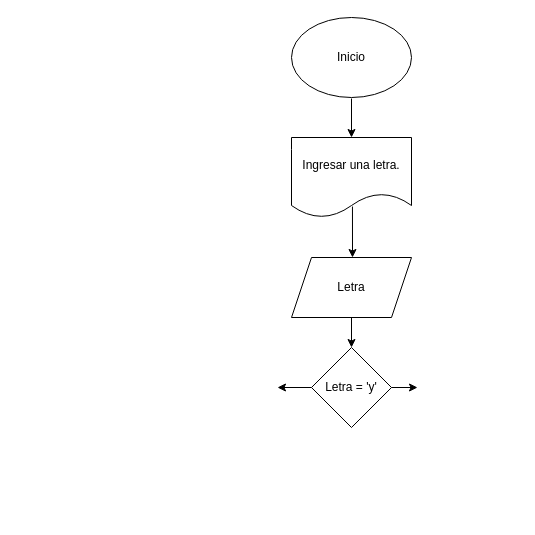
Before: Diagrama sin título.drawio in alejandrorestrepoj/DiagramaFlujo, a draw.io diagram. Source tidied: cells renumbered, new cells numbered last; positions are measured from the earlier drawing's top-left corner, leaving out a move shared by most shapes. Both pictures are drawn from the tidied source at 100%, with x=0, y=0 at pixel (277, 17).
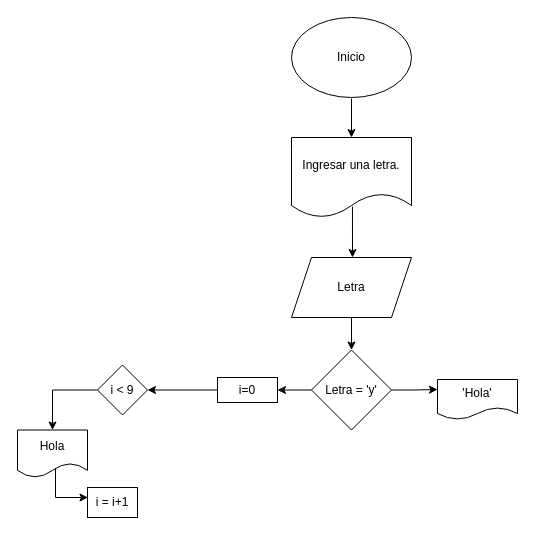
After the change.

Change to the diagram source:
```diff
@@
+    <mxCell id="11" style="edgeStyle=orthogonalEdgeStyle;rounded=0;jettySize=auto;html=1;exitX=1;exitY=0.5;exitDx=0;exitDy=0;entryX=0;entryY=0.25;entryDx=0;entryDy=0;" parent="1" edge="1" source="8" target="19">
+      <mxGeometry relative="1" as="geometry" />
+    </mxCell>
     <mxCell id="8" value="Letra = 'y'" style="rhombus;whiteSpace=wrap;html=1;" parent="1" vertex="1">
-      <mxGeometry x="34" y="330" width="80" height="80" as="geometry" />
+      <mxGeometry x="34" y="332.5" width="80" height="80" as="geometry" />
     </mxCell>
-    <mxCell id="9" style="endArrow=classic;html=1;rounded=0;exitX=0;exitY=0.5;exitDx=0;exitDy=0;" parent="1" edge="1" source="8">
-      <mxGeometry relative="1" as="geometry">
-        <mxPoint y="370" as="targetPoint" />
-      </mxGeometry>
+    <mxCell id="9" style="endArrow=classic;html=1;rounded=0;exitX=0;exitY=0.5;exitDx=0;exitDy=0;entryX=1;entryY=0.5;entryDx=0;entryDy=0;" parent="1" edge="1" source="8" target="12">
+      <mxGeometry relative="1" as="geometry" />
     </mxCell>
-    <mxCell id="10" style="endArrow=classic;html=1;rounded=0;exitX=1;exitY=0.5;exitDx=0;exitDy=0;" parent="1" edge="1" source="8">
-      <mxGeometry relative="1" as="geometry">
-        <mxPoint x="140" y="370" as="targetPoint" />
-      </mxGeometry>
-    </mxCell>
+    <mxCell id="12" value="i=0" style="rounded=0;whiteSpace=wrap;html=1;" parent="1" vertex="1">
+      <mxGeometry x="-60" y="360" width="60" height="25" as="geometry" />
+    </mxCell>
+    <mxCell id="13" style="endArrow=classic;html=1;rounded=0;exitX=0;exitY=0.5;exitDx=0;exitDy=0;entryX=1;entryY=0.5;entryDx=0;entryDy=0;" parent="1" edge="1" source="12" target="15">
+      <mxGeometry relative="1" as="geometry" />
+    </mxCell>
+    <mxCell id="14" style="edgeStyle=orthogonalEdgeStyle;rounded=0;jettySize=auto;html=1;entryX=0.5;entryY=0;entryDx=0;entryDy=0;" parent="1" edge="1" source="15" target="17">
+      <mxGeometry relative="1" as="geometry" />
+    </mxCell>
+    <mxCell id="15" value="i &amp;lt; 9" style="rhombus;whiteSpace=wrap;html=1;" parent="1" vertex="1">
+      <mxGeometry x="-180" y="347.5" width="50" height="50" as="geometry" />
+    </mxCell>
+    <mxCell id="16" style="edgeStyle=orthogonalEdgeStyle;rounded=0;jettySize=auto;html=1;exitX=0.543;exitY=0.768;exitDx=0;exitDy=0;exitPerimeter=0;" parent="1" edge="1" source="17">
+      <mxGeometry relative="1" as="geometry">
+        <mxPoint x="-190" y="480" as="targetPoint" />
+      </mxGeometry>
+    </mxCell>
+    <mxCell id="17" value="Hola" style="shape=document;whiteSpace=wrap;html=1;boundedLbl=1;" parent="1" vertex="1">
+      <mxGeometry x="-260" y="412.5" width="70" height="47.5" as="geometry" />
+    </mxCell>
+    <mxCell id="18" value="i = i+1" style="rounded=0;whiteSpace=wrap;html=1;" parent="1" vertex="1">
+      <mxGeometry x="-190" y="470" width="50" height="30" as="geometry" />
+    </mxCell>
+    <mxCell id="19" value="'Hola'" style="shape=document;whiteSpace=wrap;html=1;boundedLbl=1;" parent="1" vertex="1">
+      <mxGeometry x="160" y="362" width="80" height="40" as="geometry" />
+    </mxCell>
```
